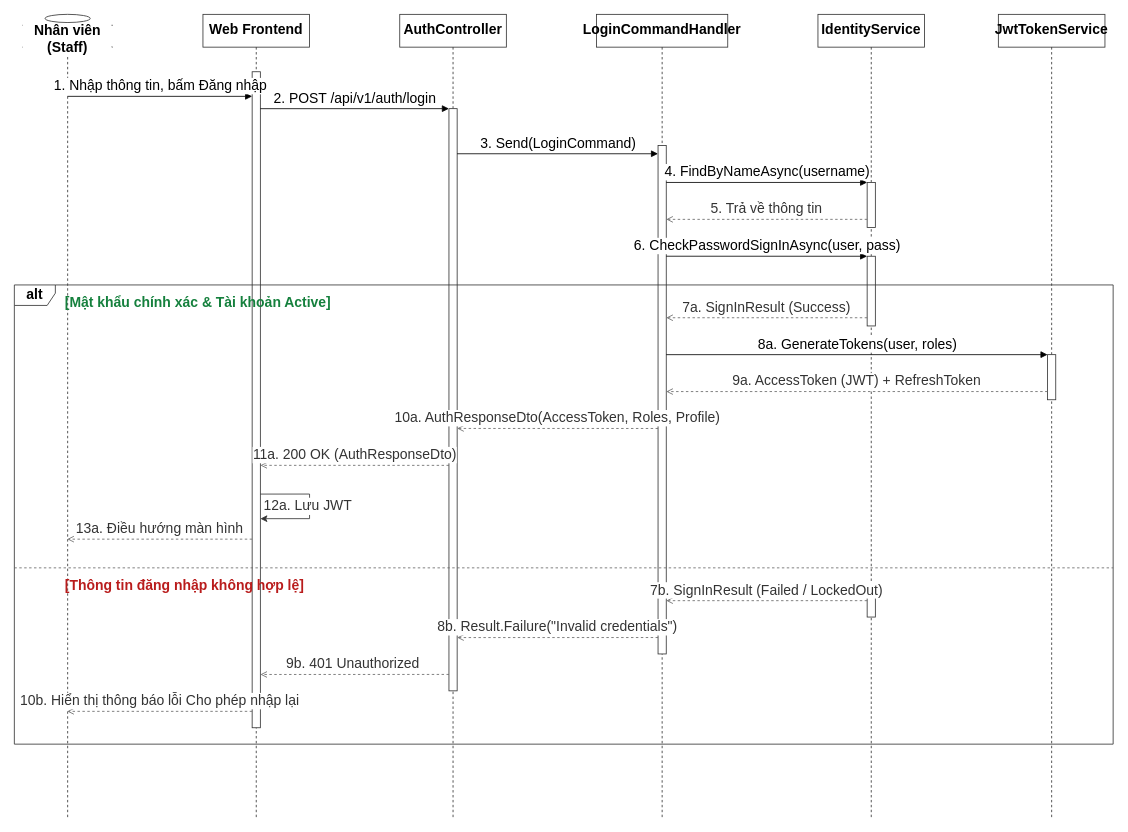
This is docs/phase1/drawio/sd06_staff_login.drawio from AndrewQng/VinDining, a draw.io file, before an edit. Source tidied: cells renumbered, new cells numbered last; positions are measured from the earlier drawing's top-left corner, leaving out a move shared by most shapes. Both pictures are drawn from the tidied source at 82%, with x=0, y=0 at pixel (14, 14).
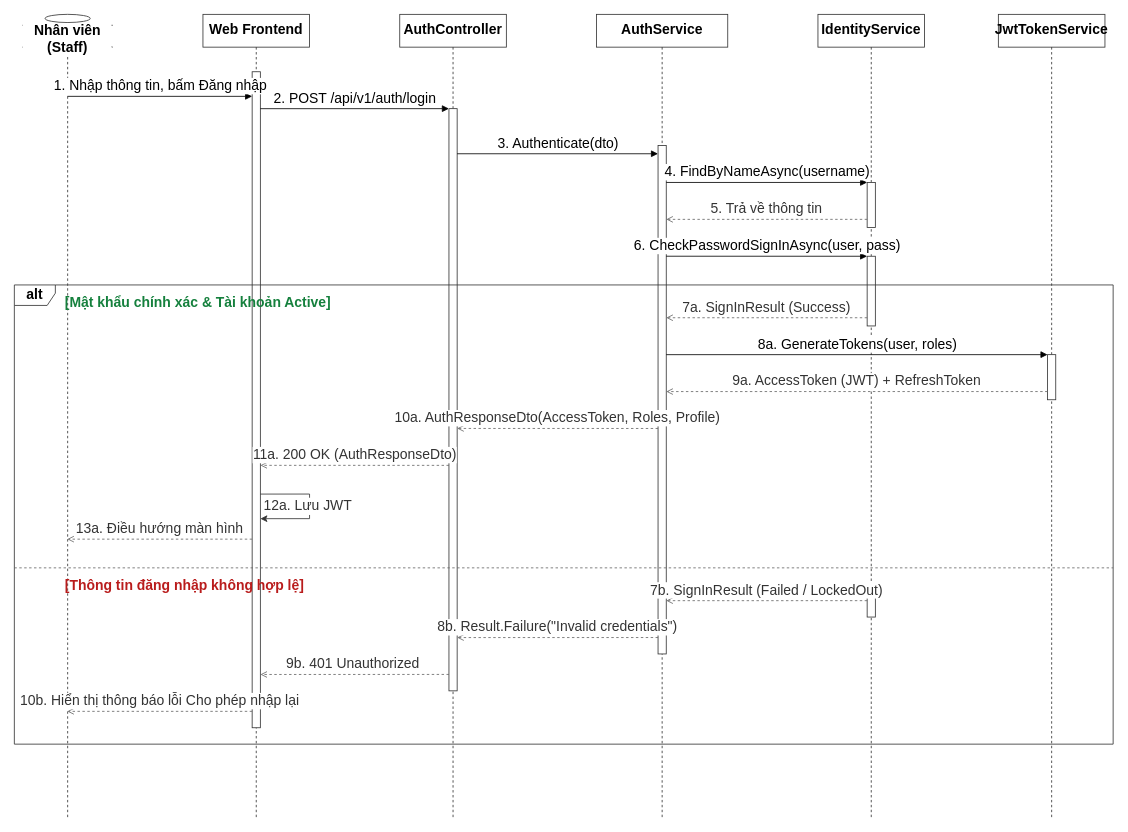
The same diagram, later.

Diff of the diagram source:
```diff
@@
-    <mxCell id="7" value="LoginCommandHandler" style="shape=umlLifeline;perimeter=lifelinePerimeter;whiteSpace=wrap;html=1;size=40;fontSize=17;fontStyle=1;fillColor=#ffffff;strokeColor=#333333;" parent="1" vertex="1">
+    <mxCell id="7" value="AuthService" style="shape=umlLifeline;perimeter=lifelinePerimeter;whiteSpace=wrap;html=1;size=40;fontSize=17;fontStyle=1;fillColor=#ffffff;strokeColor=#333333;" parent="1" vertex="1">
       <mxGeometry x="710" width="160" height="980" as="geometry" />
     </mxCell>
@@
-    <mxCell id="17" value="3. Send(LoginCommand)" style="html=1;verticalAlign=bottom;endArrow=block;curved=0;rounded=0;exitX=1;exitY=0.0634;entryX=0;entryY=0.0000;fontSize=17;" parent="1" edge="1">
+    <mxCell id="17" value="3. Authenticate(dto)" style="html=1;verticalAlign=bottom;endArrow=block;curved=0;rounded=0;exitX=1;exitY=0.0634;entryX=0;entryY=0.0000;fontSize=17;" parent="1" edge="1">
       <mxGeometry relative="1" as="geometry">
         <mxPoint x="540" y="170" as="sourcePoint" />
         <mxPoint x="785" y="170" as="targetPoint" />
       </mxGeometry>
     </mxCell>
```
